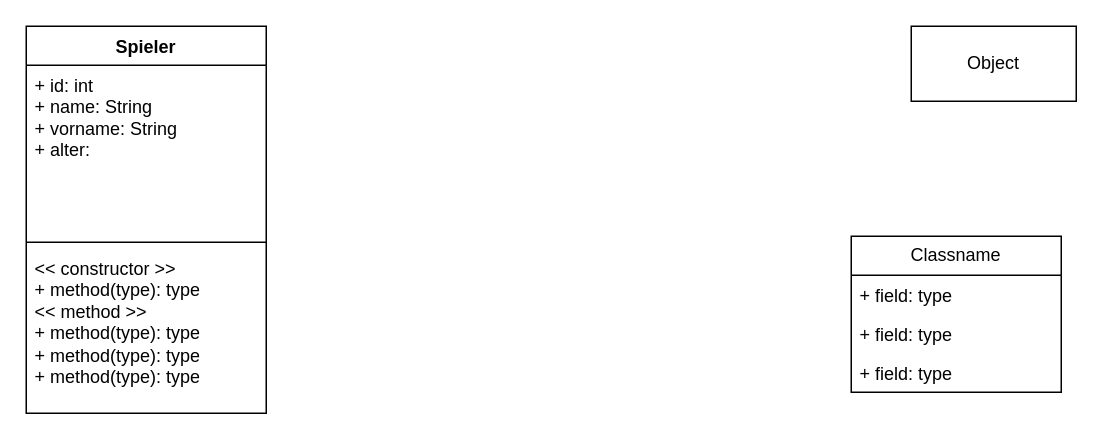
Earlier version of the draw.io diagram Documentation/Architecture/UML_Diagram.drawio (8-Bit-Brain-Guy/FootballManagerPythonEdition). Source tidied: cells renumbered, new cells numbered last; positions are measured from the earlier drawing's top-left corner, leaving out a move shared by most shapes. Both pictures are drawn from the tidied source at 150%, with x=0, y=0 at pixel (26, 26).
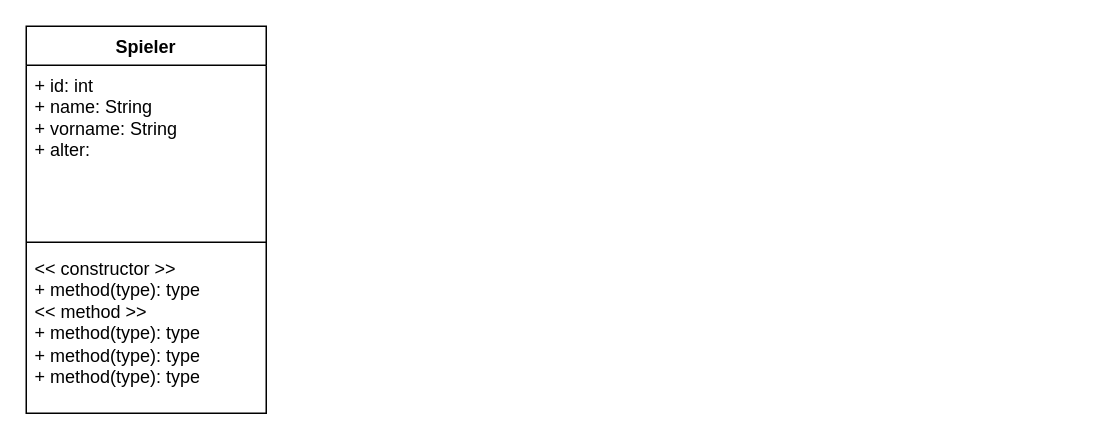
Above is the later version.

Diff of the diagram source:
```diff
@@
 <mxGraphModel>
   <root>
     <mxCell id="0" />
     <mxCell id="1" parent="0" />
-    <mxCell id="2" value="Object" style="html=1;whiteSpace=wrap;" parent="1" vertex="1">
-      <mxGeometry x="590" width="110" height="50" as="geometry" />
-    </mxCell>
     <mxCell id="3" value="Spieler" style="swimlane;fontStyle=1;align=center;verticalAlign=top;horizontal=1;startSize=26;whiteSpace=wrap;html=1;" parent="1" vertex="1">
       <mxGeometry width="160" height="258" as="geometry" />
     </mxCell>
     <mxCell id="4" value="&lt;div&gt;+ id: int&lt;br&gt;&lt;/div&gt;+ name: String&lt;div&gt;+ vorname: String&lt;br&gt;&lt;/div&gt;&lt;div&gt;+ alter:&amp;nbsp;&lt;br&gt;&lt;/div&gt;" style="text;strokeColor=none;fillColor=none;align=left;verticalAlign=top;spacingLeft=4;spacingRight=4;overflow=hidden;whiteSpace=wrap;html=1;" parent="3" vertex="1">
       <mxGeometry y="26" width="160" height="114" as="geometry" />
     </mxCell>
     <mxCell id="5" style="line;strokeWidth=1;fillColor=none;align=left;verticalAlign=middle;spacingTop=-1;spacingLeft=3;spacingRight=3;labelPosition=right;strokeColor=inherit;" parent="3" vertex="1">
       <mxGeometry y="140" width="160" height="8" as="geometry" />
     </mxCell>
     <mxCell id="6" value="&lt;div&gt;&amp;lt;&amp;lt; constructor &amp;gt;&amp;gt;&lt;/div&gt;+ method(type): type&lt;div&gt;&amp;lt;&amp;lt; method &amp;gt;&amp;gt;&lt;br&gt;&lt;div&gt;+ method(type): type&lt;br&gt;&lt;/div&gt;&lt;div&gt;+ method(type): type&lt;br&gt;&lt;/div&gt;&lt;div&gt;+ method(type): type&lt;br&gt;&lt;/div&gt;&lt;div&gt;&lt;br&gt;&lt;/div&gt;&lt;/div&gt;" style="text;strokeColor=none;fillColor=none;align=left;verticalAlign=top;spacingLeft=4;spacingRight=4;overflow=hidden;whiteSpace=wrap;html=1;fontStyle=0;" parent="3" vertex="1">
       <mxGeometry y="148" width="160" height="110" as="geometry" />
     </mxCell>
-    <mxCell id="7" value="Classname" style="swimlane;fontStyle=0;horizontal=1;startSize=26;fillColor=none;whiteSpace=wrap;html=1;" parent="1" vertex="1">
-      <mxGeometry x="550" y="140" width="140" height="104" as="geometry" />
-    </mxCell>
-    <mxCell id="8" value="+ field: type" style="text;strokeColor=none;fillColor=none;align=left;verticalAlign=top;spacingLeft=4;spacingRight=4;overflow=hidden;whiteSpace=wrap;html=1;" parent="7" vertex="1">
-      <mxGeometry y="26" width="140" height="26" as="geometry" />
-    </mxCell>
-    <mxCell id="9" value="+ field: type" style="text;strokeColor=none;fillColor=none;align=left;verticalAlign=top;spacingLeft=4;spacingRight=4;overflow=hidden;whiteSpace=wrap;html=1;" parent="7" vertex="1">
-      <mxGeometry y="52" width="140" height="26" as="geometry" />
-    </mxCell>
-    <mxCell id="10" value="+ field: type" style="text;strokeColor=none;fillColor=none;align=left;verticalAlign=top;spacingLeft=4;spacingRight=4;overflow=hidden;whiteSpace=wrap;html=1;" parent="7" vertex="1">
-      <mxGeometry y="78" width="140" height="26" as="geometry" />
-    </mxCell>
   </root>
 </mxGraphModel>
```
